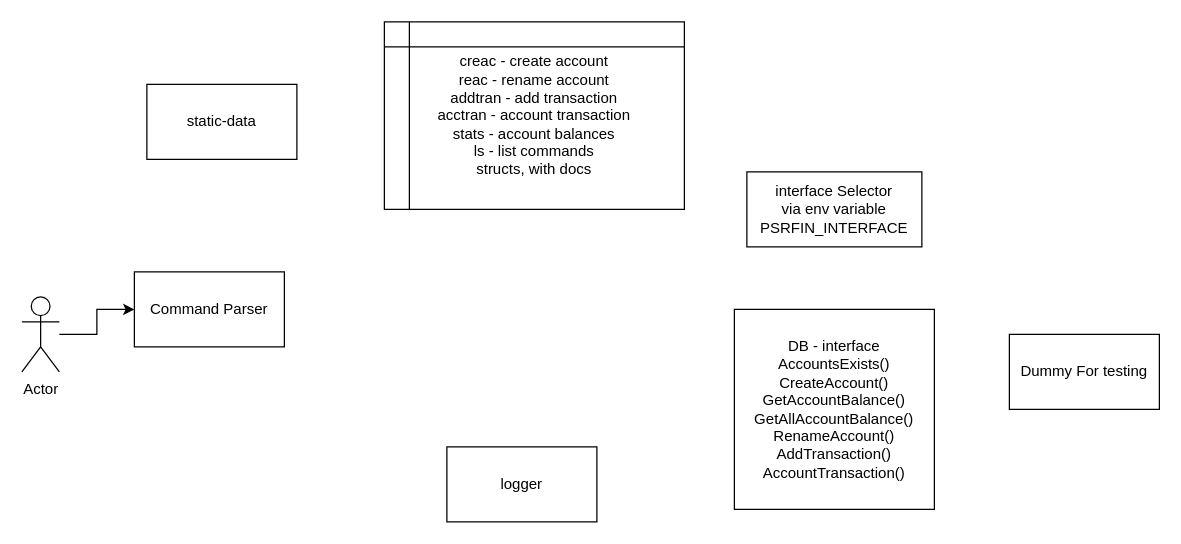
Above: page "Design" (1 of 4) of architecture/personal_finance_utility.drawio in pogo420/persofin (draw.io), before the change. Source tidied: cells renumbered, new cells numbered last; positions are measured from the earlier drawing's top-left corner, leaving out a move shared by most shapes. Both pictures are drawn from the tidied source at 125%, with x=0, y=0 at pixel (21, 21).
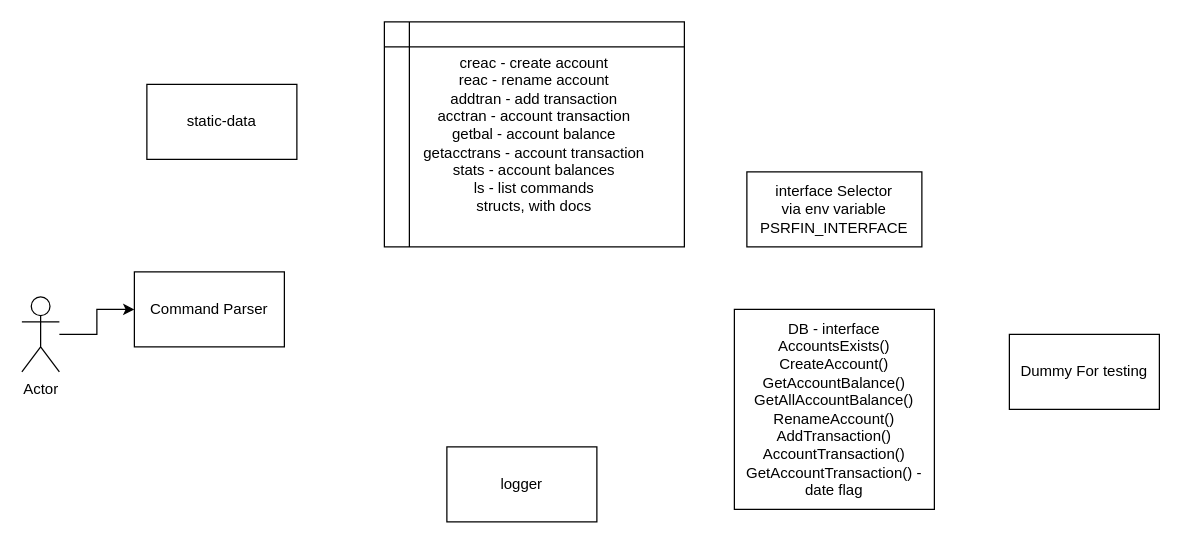
Above is the later version.

Diff of the diagram source:
```diff
@@
 <mxGraphModel>
   <root>
     <mxCell id="0" />
     <mxCell id="1" parent="0" />
     <mxCell id="2" value="Command Parser" style="rounded=0;whiteSpace=wrap;html=1;" parent="1" vertex="1">
       <mxGeometry x="90" y="200" width="120" height="60" as="geometry" />
     </mxCell>
-    <mxCell id="3" value="creac - create account&lt;br&gt;reac - rename account&lt;br&gt;addtran - add transaction&lt;br&gt;acctran - account transaction&lt;br&gt;stats - account balances&lt;br&gt;ls - list commands&lt;br&gt;structs, with docs" style="shape=internalStorage;whiteSpace=wrap;html=1;backgroundOutline=1;" parent="1" vertex="1">
-      <mxGeometry x="290" width="240" height="150" as="geometry" />
+    <mxCell id="3" value="creac - create account&lt;br&gt;reac - rename account&lt;br&gt;addtran - add transaction&lt;br&gt;acctran - account transaction&lt;br&gt;getbal - account balance&lt;br&gt;getacctrans - account transaction&lt;br&gt;stats - account balances&lt;br&gt;ls - list commands&lt;br&gt;structs, with docs" style="shape=internalStorage;whiteSpace=wrap;html=1;backgroundOutline=1;" parent="1" vertex="1">
+      <mxGeometry x="290" width="240" height="180" as="geometry" />
     </mxCell>
     <mxCell id="4" value="static-data" style="rounded=0;whiteSpace=wrap;html=1;" parent="1" vertex="1">
       <mxGeometry x="100" y="50" width="120" height="60" as="geometry" />
     </mxCell>
     <mxCell id="5" style="edgeStyle=orthogonalEdgeStyle;rounded=0;jettySize=auto;html=1;" parent="1" edge="1" source="6" target="2">
       <mxGeometry relative="1" as="geometry" />
     </mxCell>
     <mxCell id="6" value="Actor" style="shape=umlActor;verticalLabelPosition=bottom;verticalAlign=top;html=1;outlineConnect=0;" parent="1" vertex="1">
       <mxGeometry y="220" width="30" height="60" as="geometry" />
     </mxCell>
-    <mxCell id="7" value="DB - interface&lt;br&gt;AccountsExists()&lt;br&gt;CreateAccount()&lt;br&gt;GetAccountBalance()&lt;br&gt;GetAllAccountBalance()&lt;br&gt;RenameAccount()&lt;br&gt;AddTransaction()&lt;br&gt;AccountTransaction()" style="whiteSpace=wrap;html=1;" parent="1" vertex="1">
+    <mxCell id="7" value="DB - interface&lt;br&gt;AccountsExists()&lt;br&gt;CreateAccount()&lt;br&gt;GetAccountBalance()&lt;br&gt;GetAllAccountBalance()&lt;br&gt;RenameAccount()&lt;br&gt;AddTransaction()&lt;br&gt;AccountTransaction()&lt;br&gt;GetAccountTransaction() - date flag" style="whiteSpace=wrap;html=1;" parent="1" vertex="1">
       <mxGeometry x="570" y="230" width="160" height="160" as="geometry" />
     </mxCell>
     <mxCell id="8" value="interface Selector&lt;br&gt;via env variable&lt;br&gt;PSRFIN_INTERFACE" style="rounded=0;whiteSpace=wrap;html=1;" parent="1" vertex="1">
       <mxGeometry x="580" y="120" width="140" height="60" as="geometry" />
     </mxCell>
     <mxCell id="9" value="logger" style="rounded=0;whiteSpace=wrap;html=1;" parent="1" vertex="1">
       <mxGeometry x="340" y="340" width="120" height="60" as="geometry" />
     </mxCell>
     <mxCell id="10" value="Dummy For testing" style="rounded=0;whiteSpace=wrap;html=1;" parent="1" vertex="1">
       <mxGeometry x="790" y="250" width="120" height="60" as="geometry" />
     </mxCell>
   </root>
 </mxGraphModel>
```
